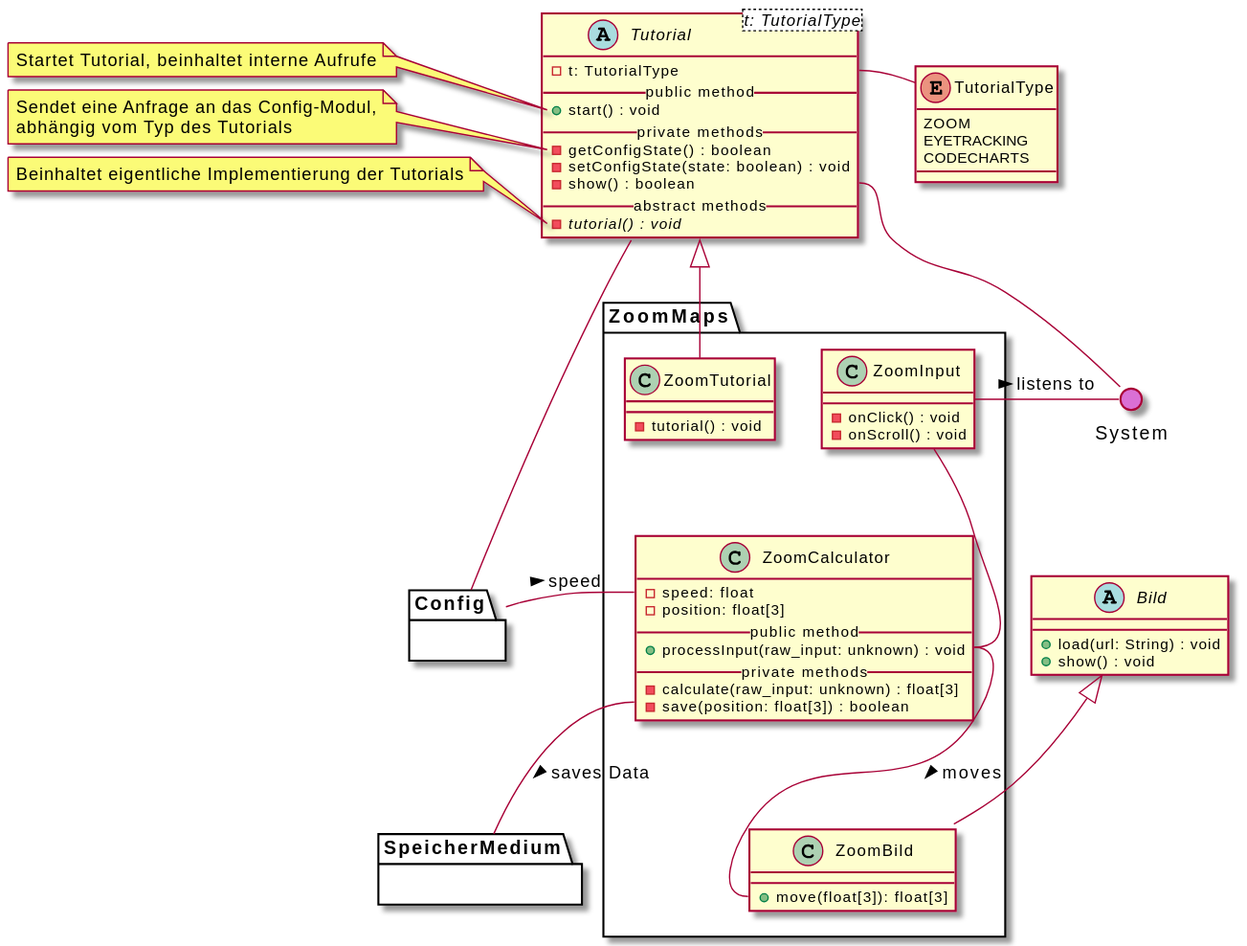
Earlier version of the PlantUML export meilenstein_03/uml-zoommaps/zoommaps.svg (weichware10/meilensteine).
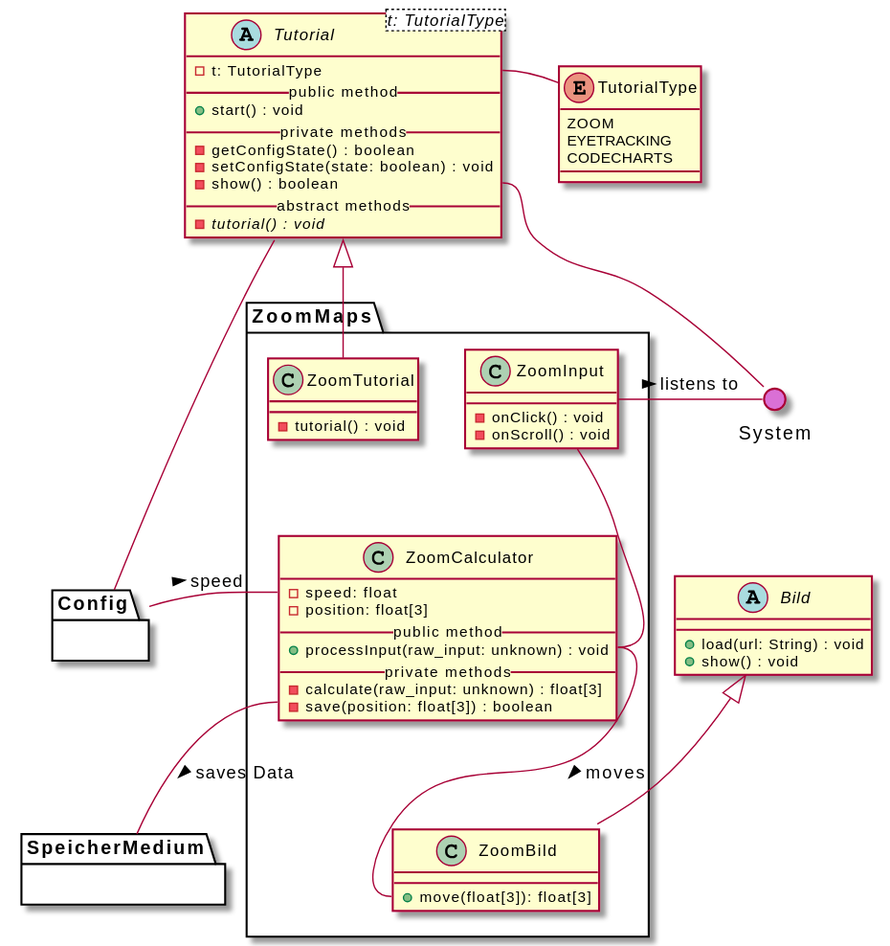
Above is the later version.

Commit message:
Render PlantUML SVGs

What changed in the source:
```diff
@@ -14,17 +14,6 @@
   - {abstract} tutorial() : void
 }
 
-note left of Tutorial::start
-    Startet Tutorial, beinhaltet interne Aufrufe
-end note
-note left of Tutorial::getConfigState
-    Sendet eine Anfrage an das Config-Modul,
-    abhängig vom Typ des Tutorials
-end note
-note left of Tutorial::tutorial
-    Beinhaltet eigentliche Implementierung der Tutorials
-end note
-
 enum TutorialType {
   ZOOM
   EYETRACKING
@@ -36,47 +25,47 @@
 Tutorial -- Config
 
 
+
 abstract Bild {
   + load(url: String) : void
   + show() : void
 }
 
-
 package ZoomMaps {
 
-  class ZoomInput {
-    - onClick() : void
-    - onScroll() : void
-  }
+    class ZoomInput {
+        - onClick() : void
+        - onScroll() : void
+    }
 
-  class ZoomTutorial {
-    - tutorial() : void
-  }
+    class ZoomTutorial {
+        - tutorial() : void
+    }
 
-  class ZoomCalculator {
-    - speed: float
-    - position: float[3]
-    __public method__
-    + processInput(raw_input: unknown) : void
-    __private methods__
-    - calculate(raw_input: unknown) : float[3]
-    - save(position: float[3]) : boolean
-  }
+    class ZoomCalculator {
+        - speed: float
+        - position: float[3]
+        __public method__
+        + processInput(raw_input: unknown) : void
+        __private methods__
+        - calculate(raw_input: unknown) : float[3]
+        - save(position: float[3]) : boolean
+    }
 
-  class ZoomBild {
-    + move(float[3]): float[3]
-  }
+    class ZoomBild {
+        + move(float[3]): float[3]
+    }
 
 
-  Bild <|-- ZoomBild
-  Tutorial <|-- ZoomTutorial
+    Bild <|-- ZoomBild
+    Tutorial <|-- ZoomTutorial
 
-  ZoomInput -- ZoomCalculator::processInput
-  ZoomCalculator::processInput  -- ZoomBild::move : > moves
+    ZoomInput -- ZoomCalculator::processInput
+    ZoomCalculator::processInput  -- ZoomBild::move : > moves
 
-  ZoomCalculator::save -- SpeicherMedium : > saves Data
-  ZoomCalculator::speed -r- Config : < speed
-  ZoomInput -r- System : > listens to
+    ZoomCalculator::save -- SpeicherMedium : > saves Data
+    ZoomCalculator::speed -r- Config : < speed
+    ZoomInput -r- System : > listens to
 
 }
 
```
